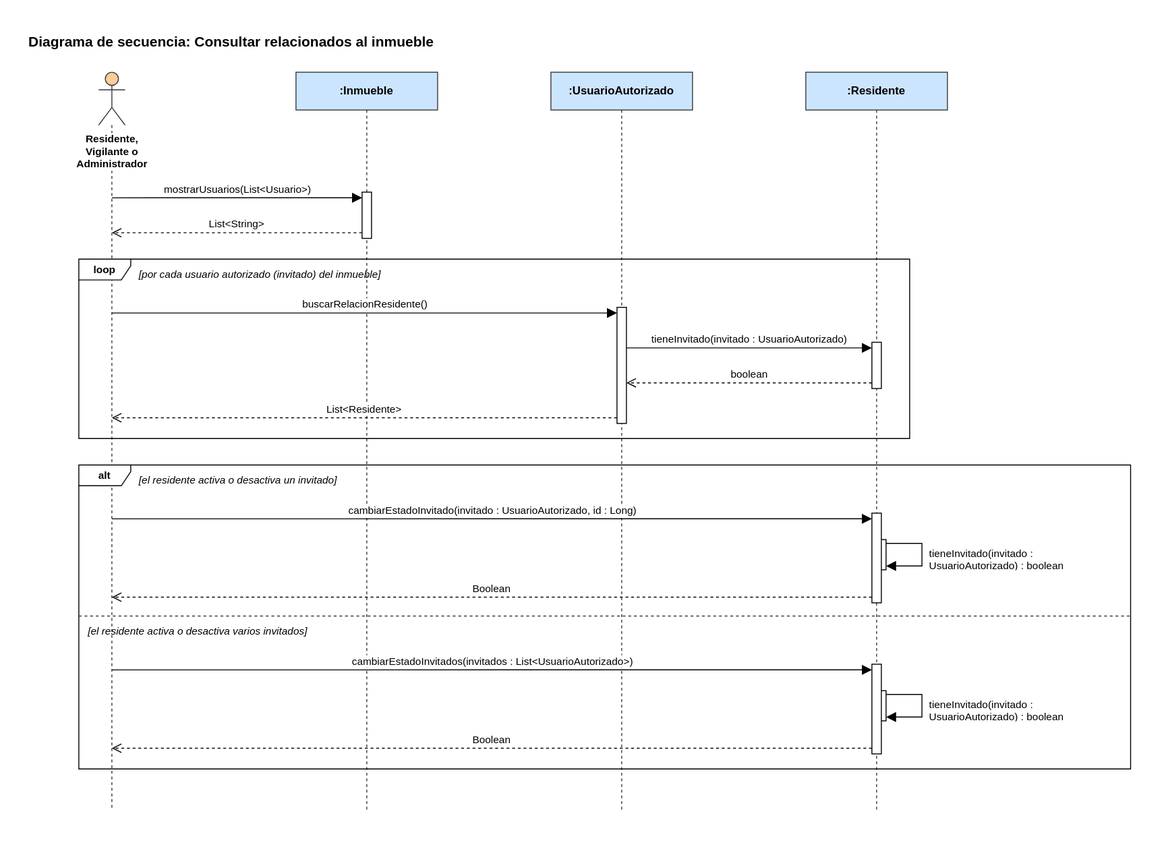
Before: Diagramas/Secuencia/consultar-relacionados-al-inmueble.svg, a diagram exported from draw.io (manuel20051208/HorizontalSoftware-Back-End). Source tidied: cells renumbered, new cells last; positions are measured from the earlier drawing's top-left corner, leaving out a move shared by most shapes.
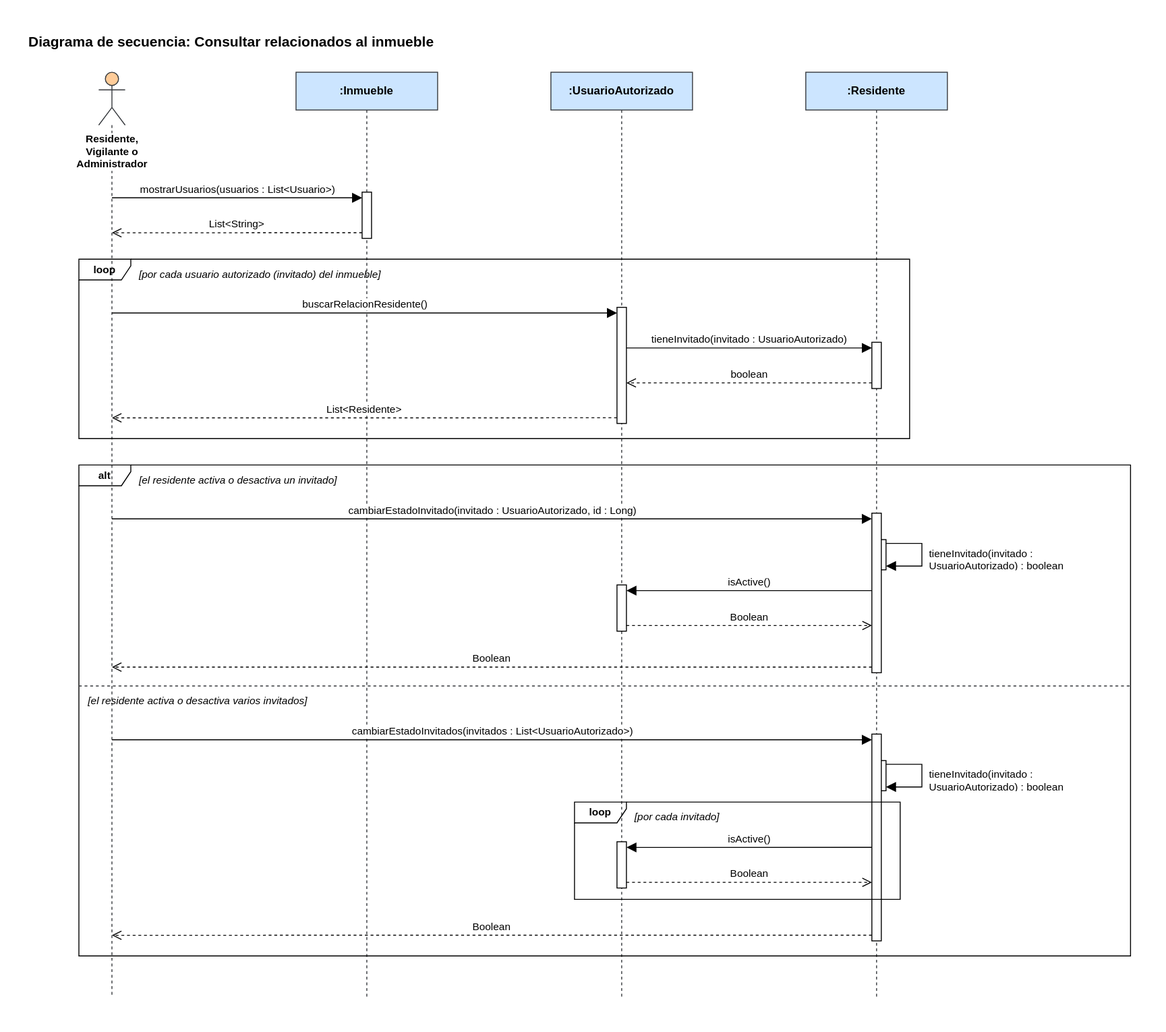
The same diagram one commit later.

Diff of the diagram source:
```diff
@@ -6,16 +6,16 @@
       <mxGeometry width="1169" height="26" as="geometry" />
     </mxCell>
     <mxCell id="3" value="Residente,&lt;br&gt;Vigilante o&lt;br&gt;Administrador" style="shape=umlLifeline;participant=umlActor;perimeter=lifelinePerimeter;whiteSpace=nowrap;html=1;outlineConnect=0;portConstraint=eastwest;size=56;verticalAlign=top;spacingTop=58;labelBackgroundColor=#ffffff;fontStyle=1;fontSize=11;fillColor=#ffcc99;strokeColor=#36393d;" parent="1" vertex="1">
-      <mxGeometry x="76" y="48" width="28" height="782" as="geometry" />
+      <mxGeometry x="76" y="48" width="28" height="980" as="geometry" />
     </mxCell>
     <mxCell id="4" value=":Inmueble" style="shape=umlLifeline;perimeter=lifelinePerimeter;whiteSpace=wrap;html=1;fillColor=#cce5ff;strokeColor=#36393d;fontStyle=1;fontSize=12;" parent="1" vertex="1">
-      <mxGeometry x="285" y="48" width="150" height="782" as="geometry" />
+      <mxGeometry x="285" y="48" width="150" height="980" as="geometry" />
     </mxCell>
     <mxCell id="5" value=":UsuarioAutorizado" style="shape=umlLifeline;perimeter=lifelinePerimeter;whiteSpace=wrap;html=1;fillColor=#cce5ff;strokeColor=#36393d;fontStyle=1;fontSize=12;" parent="1" vertex="1">
-      <mxGeometry x="555" y="48" width="150" height="782" as="geometry" />
+      <mxGeometry x="555" y="48" width="150" height="980" as="geometry" />
     </mxCell>
     <mxCell id="6" value=":Residente" style="shape=umlLifeline;perimeter=lifelinePerimeter;whiteSpace=wrap;html=1;fillColor=#cce5ff;strokeColor=#36393d;fontStyle=1;fontSize=12;" parent="1" vertex="1">
-      <mxGeometry x="825" y="48" width="150" height="782" as="geometry" />
+      <mxGeometry x="825" y="48" width="150" height="980" as="geometry" />
     </mxCell>
     <mxCell id="7" style="html=1;points=[];perimeter=orthogonalPerimeter;fillColor=#ffffff;strokeColor=#000000;" parent="1" vertex="1">
       <mxGeometry x="355" y="175" width="10" height="49" as="geometry" />
@@ -30,21 +30,21 @@
       <mxGeometry x="900" y="543" width="10" height="32" as="geometry" />
     </mxCell>
     <mxCell id="11" style="html=1;points=[];perimeter=orthogonalPerimeter;fillColor=#ffffff;strokeColor=#000000;" parent="1" vertex="1">
-      <mxGeometry x="895" y="515" width="10" height="95" as="geometry" />
+      <mxGeometry x="895" y="515" width="10" height="169" as="geometry" />
     </mxCell>
     <mxCell id="12" style="html=1;points=[];perimeter=orthogonalPerimeter;fillColor=#ffffff;strokeColor=#000000;" parent="1" vertex="1">
-      <mxGeometry x="900" y="703" width="10" height="32" as="geometry" />
+      <mxGeometry x="900" y="777" width="10" height="32" as="geometry" />
     </mxCell>
     <mxCell id="13" style="html=1;points=[];perimeter=orthogonalPerimeter;fillColor=#ffffff;strokeColor=#000000;" parent="1" vertex="1">
-      <mxGeometry x="895" y="675" width="10" height="95" as="geometry" />
+      <mxGeometry x="895" y="749" width="10" height="219" as="geometry" />
     </mxCell>
-    <mxCell id="14" value="mostrarUsuarios(List&amp;lt;Usuario&amp;gt;)" style="html=1;verticalAlign=bottom;rounded=0;fontSize=11;strokeColor=#000000;endArrow=block;endFill=1;endSize=8;exitX=0.5000;exitY=0.1701;exitDx=0;exitDy=0;exitPerimeter=0;entryX=0.0000;entryY=0.1224;entryDx=0;entryDy=0;entryPerimeter=0;" parent="1" edge="1" source="3" target="7">
+    <mxCell id="14" value="mostrarUsuarios(usuarios : List&amp;lt;Usuario&amp;gt;)" style="html=1;verticalAlign=bottom;rounded=0;fontSize=11;strokeColor=#000000;endArrow=block;endFill=1;endSize=8;exitX=0.5000;exitY=0.1357;exitDx=0;exitDy=0;exitPerimeter=0;entryX=0.0000;entryY=0.1224;entryDx=0;entryDy=0;entryPerimeter=0;" parent="1" edge="1" source="3" target="7">
       <mxGeometry relative="1" as="geometry" />
     </mxCell>
-    <mxCell id="15" value="List&amp;lt;String&amp;gt;" style="html=1;verticalAlign=bottom;rounded=0;fontSize=11;strokeColor=#000000;dashed=1;endArrow=open;endFill=0;endSize=8;exitX=0.0000;exitY=0.8776;exitDx=0;exitDy=0;exitPerimeter=0;entryX=0.5000;entryY=0.2174;entryDx=0;entryDy=0;entryPerimeter=0;" parent="1" edge="1" source="7" target="3">
+    <mxCell id="15" value="List&amp;lt;String&amp;gt;" style="html=1;verticalAlign=bottom;rounded=0;fontSize=11;strokeColor=#000000;dashed=1;endArrow=open;endFill=0;endSize=8;exitX=0.0000;exitY=0.8776;exitDx=0;exitDy=0;exitPerimeter=0;entryX=0.5000;entryY=0.1735;entryDx=0;entryDy=0;entryPerimeter=0;" parent="1" edge="1" source="7" target="3">
       <mxGeometry relative="1" as="geometry" />
     </mxCell>
-    <mxCell id="16" value="buscarRelacionResidente()" style="html=1;verticalAlign=bottom;rounded=0;fontSize=11;strokeColor=#000000;endArrow=block;endFill=1;endSize=8;exitX=0.5000;exitY=0.3261;exitDx=0;exitDy=0;exitPerimeter=0;entryX=0.0000;entryY=0.0488;entryDx=0;entryDy=0;entryPerimeter=0;" parent="1" edge="1" source="3" target="9">
+    <mxCell id="16" value="buscarRelacionResidente()" style="html=1;verticalAlign=bottom;rounded=0;fontSize=11;strokeColor=#000000;endArrow=block;endFill=1;endSize=8;exitX=0.5000;exitY=0.2602;exitDx=0;exitDy=0;exitPerimeter=0;entryX=0.0000;entryY=0.0488;entryDx=0;entryDy=0;entryPerimeter=0;" parent="1" edge="1" source="3" target="9">
       <mxGeometry relative="1" as="geometry" />
     </mxCell>
     <mxCell id="17" value="tieneInvitado(invitado : UsuarioAutorizado)" style="html=1;verticalAlign=bottom;rounded=0;fontSize=11;strokeColor=#000000;endArrow=block;endFill=1;endSize=8;exitX=1.0000;exitY=0.3496;exitDx=0;exitDy=0;exitPerimeter=0;entryX=0.0000;entryY=0.1224;entryDx=0;entryDy=0;entryPerimeter=0;" parent="1" edge="1" source="9" target="8">
@@ -53,10 +53,10 @@
     <mxCell id="18" value="boolean" style="html=1;verticalAlign=bottom;rounded=0;fontSize=11;strokeColor=#000000;dashed=1;endArrow=open;endFill=0;endSize=8;exitX=0.0000;exitY=0.8776;exitDx=0;exitDy=0;exitPerimeter=0;entryX=1.0000;entryY=0.6504;entryDx=0;entryDy=0;entryPerimeter=0;" parent="1" edge="1" source="8" target="9">
       <mxGeometry relative="1" as="geometry" />
     </mxCell>
-    <mxCell id="19" value="List&amp;lt;Residente&amp;gt;" style="html=1;verticalAlign=bottom;rounded=0;fontSize=11;strokeColor=#000000;dashed=1;endArrow=open;endFill=0;endSize=8;exitX=0.0000;exitY=0.9512;exitDx=0;exitDy=0;exitPerimeter=0;entryX=0.5000;entryY=0.4680;entryDx=0;entryDy=0;entryPerimeter=0;" parent="1" edge="1" source="9" target="3">
+    <mxCell id="19" value="List&amp;lt;Residente&amp;gt;" style="html=1;verticalAlign=bottom;rounded=0;fontSize=11;strokeColor=#000000;dashed=1;endArrow=open;endFill=0;endSize=8;exitX=0.0000;exitY=0.9512;exitDx=0;exitDy=0;exitPerimeter=0;entryX=0.5000;entryY=0.3735;entryDx=0;entryDy=0;entryPerimeter=0;" parent="1" edge="1" source="9" target="3">
       <mxGeometry relative="1" as="geometry" />
     </mxCell>
-    <mxCell id="20" value="cambiarEstadoInvitado(invitado : UsuarioAutorizado, id : Long)" style="html=1;verticalAlign=bottom;rounded=0;fontSize=11;strokeColor=#000000;endArrow=block;endFill=1;endSize=8;exitX=0.5000;exitY=0.6049;exitDx=0;exitDy=0;exitPerimeter=0;entryX=0.0000;entryY=0.0632;entryDx=0;entryDy=0;entryPerimeter=0;" parent="1" edge="1" source="3" target="11">
+    <mxCell id="20" value="cambiarEstadoInvitado(invitado : UsuarioAutorizado, id : Long)" style="html=1;verticalAlign=bottom;rounded=0;fontSize=11;strokeColor=#000000;endArrow=block;endFill=1;endSize=8;exitX=0.5000;exitY=0.4827;exitDx=0;exitDy=0;exitPerimeter=0;entryX=0.0000;entryY=0.0355;entryDx=0;entryDy=0;entryPerimeter=0;" parent="1" edge="1" source="3" target="11">
       <mxGeometry relative="1" as="geometry" />
     </mxCell>
     <mxCell id="21" style="html=1;rounded=0;endArrow=block;endFill=1;endSize=8;strokeColor=#000000;exitX=1.0000;exitY=0.1250;exitDx=0;exitDy=0;exitPerimeter=0;entryX=1.0000;entryY=0.8750;entryDx=0;entryDy=0;entryPerimeter=0;" parent="1" edge="1" source="10" target="10">
@@ -67,39 +67,60 @@
         </Array>
       </mxGeometry>
     </mxCell>
-    <mxCell id="22" value="Boolean" style="html=1;verticalAlign=bottom;rounded=0;fontSize=11;strokeColor=#000000;dashed=1;endArrow=open;endFill=0;endSize=8;exitX=0.0000;exitY=0.9368;exitDx=0;exitDy=0;exitPerimeter=0;entryX=0.5000;entryY=0.7110;entryDx=0;entryDy=0;entryPerimeter=0;" parent="1" edge="1" source="11" target="3">
+    <mxCell id="22" value="Boolean" style="html=1;verticalAlign=bottom;rounded=0;fontSize=11;strokeColor=#000000;dashed=1;endArrow=open;endFill=0;endSize=8;exitX=0.0000;exitY=0.9645;exitDx=0;exitDy=0;exitPerimeter=0;entryX=0.5000;entryY=0.6429;entryDx=0;entryDy=0;entryPerimeter=0;" parent="1" edge="1" source="11" target="3">
       <mxGeometry relative="1" as="geometry" />
     </mxCell>
-    <mxCell id="23" value="cambiarEstadoInvitados(invitados : List&amp;lt;UsuarioAutorizado&amp;gt;)" style="html=1;verticalAlign=bottom;rounded=0;fontSize=11;strokeColor=#000000;endArrow=block;endFill=1;endSize=8;exitX=0.5000;exitY=0.8095;exitDx=0;exitDy=0;exitPerimeter=0;entryX=0.0000;entryY=0.0632;entryDx=0;entryDy=0;entryPerimeter=0;" parent="1" edge="1" source="3" target="13">
+    <mxCell id="23" value="cambiarEstadoInvitados(invitados : List&amp;lt;UsuarioAutorizado&amp;gt;)" style="html=1;verticalAlign=bottom;rounded=0;fontSize=11;strokeColor=#000000;endArrow=block;endFill=1;endSize=8;exitX=0.5000;exitY=0.7214;exitDx=0;exitDy=0;exitPerimeter=0;entryX=0.0000;entryY=0.0274;entryDx=0;entryDy=0;entryPerimeter=0;" parent="1" edge="1" source="3" target="13">
       <mxGeometry relative="1" as="geometry" />
     </mxCell>
     <mxCell id="24" style="html=1;rounded=0;endArrow=block;endFill=1;endSize=8;strokeColor=#000000;exitX=1.0000;exitY=0.1250;exitDx=0;exitDy=0;exitPerimeter=0;entryX=1.0000;entryY=0.8750;entryDx=0;entryDy=0;entryPerimeter=0;" parent="1" edge="1" source="12" target="12">
       <mxGeometry relative="1" as="geometry">
         <Array as="points">
-          <mxPoint x="948" y="707" />
-          <mxPoint x="948" y="731" />
+          <mxPoint x="948" y="781" />
+          <mxPoint x="948" y="805" />
         </Array>
       </mxGeometry>
     </mxCell>
-    <mxCell id="25" value="Boolean" style="html=1;verticalAlign=bottom;rounded=0;fontSize=11;strokeColor=#000000;dashed=1;endArrow=open;endFill=0;endSize=8;exitX=0.0000;exitY=0.9368;exitDx=0;exitDy=0;exitPerimeter=0;entryX=0.5000;entryY=0.9156;entryDx=0;entryDy=0;entryPerimeter=0;" parent="1" edge="1" source="13" target="3">
+    <mxCell id="25" value="Boolean" style="html=1;verticalAlign=bottom;rounded=0;fontSize=11;strokeColor=#000000;dashed=1;endArrow=open;endFill=0;endSize=8;exitX=0.0000;exitY=0.9726;exitDx=0;exitDy=0;exitPerimeter=0;entryX=0.5000;entryY=0.9327;entryDx=0;entryDy=0;entryPerimeter=0;" parent="1" edge="1" source="13" target="3">
       <mxGeometry relative="1" as="geometry" />
     </mxCell>
     <mxCell id="26" value="tieneInvitado(invitado : UsuarioAutorizado) : boolean" style="text;html=1;align=left;verticalAlign=top;whiteSpace=wrap;overflow=hidden;fontSize=11;" parent="1" vertex="1">
       <mxGeometry x="954" y="545" width="185" height="28" as="geometry" />
     </mxCell>
     <mxCell id="27" value="tieneInvitado(invitado : UsuarioAutorizado) : boolean" style="text;html=1;align=left;verticalAlign=top;whiteSpace=wrap;overflow=hidden;fontSize=11;" parent="1" vertex="1">
-      <mxGeometry x="954" y="705" width="185" height="28" as="geometry" />
+      <mxGeometry x="954" y="779" width="185" height="28" as="geometry" />
     </mxCell>
+    <mxCell id="34" style="html=1;points=[];perimeter=orthogonalPerimeter;fillColor=#ffffff;strokeColor=#000000;" parent="1" vertex="1">
+      <mxGeometry x="625" y="863" width="10" height="49" as="geometry" />
+    </mxCell>
+    <mxCell id="35" value="isActive()" style="html=1;verticalAlign=bottom;rounded=0;fontSize=11;strokeColor=#000000;endArrow=block;endFill=1;endSize=8;exitX=0.0000;exitY=0.5479;exitDx=0;exitDy=0;exitPerimeter=0;entryX=1.0000;entryY=0.1224;entryDx=0;entryDy=0;entryPerimeter=0;" parent="1" edge="1" source="13" target="34">
+      <mxGeometry relative="1" as="geometry" />
+    </mxCell>
+    <mxCell id="36" value="Boolean" style="html=1;verticalAlign=bottom;rounded=0;fontSize=11;strokeColor=#000000;dashed=1;endArrow=open;endFill=0;endSize=8;exitX=1.0000;exitY=0.8776;exitDx=0;exitDy=0;exitPerimeter=0;entryX=0.0000;entryY=0.7169;entryDx=0;entryDy=0;entryPerimeter=0;" parent="1" edge="1" source="34" target="13">
+      <mxGeometry relative="1" as="geometry" />
+    </mxCell>
+    <mxCell id="37" style="html=1;points=[];perimeter=orthogonalPerimeter;fillColor=#ffffff;strokeColor=#000000;" parent="1" vertex="1">
+      <mxGeometry x="625" y="591" width="10" height="49" as="geometry" />
+    </mxCell>
+    <mxCell id="38" value="isActive()" style="html=1;verticalAlign=bottom;rounded=0;fontSize=11;strokeColor=#000000;endArrow=block;endFill=1;endSize=8;exitX=0.0000;exitY=0.4852;exitDx=0;exitDy=0;exitPerimeter=0;entryX=1.0000;entryY=0.1224;entryDx=0;entryDy=0;entryPerimeter=0;" parent="1" edge="1" source="11" target="37">
+      <mxGeometry relative="1" as="geometry" />
+    </mxCell>
+    <mxCell id="39" value="Boolean" style="html=1;verticalAlign=bottom;rounded=0;fontSize=11;strokeColor=#000000;dashed=1;endArrow=open;endFill=0;endSize=8;exitX=1.0000;exitY=0.8776;exitDx=0;exitDy=0;exitPerimeter=0;entryX=0.0000;entryY=0.7041;entryDx=0;entryDy=0;entryPerimeter=0;" parent="1" edge="1" source="37" target="11">
+      <mxGeometry relative="1" as="geometry" />
+    </mxCell>
-    <mxCell id="28" value="loop" style="shape=umlFrame;whiteSpace=wrap;html=1;fontStyle=1;fontSize=11;width=55;height=22;" parent="1" vertex="1">
+    <mxCell id="28" value="loop" style="shape=umlFrame;whiteSpace=wrap;html=1;fontStyle=1;fontSize=11;width=55;height=22;fillColor=none;" parent="1" vertex="1">
       <mxGeometry x="55" y="246" width="880" height="190" as="geometry" />
     </mxCell>
-    <mxCell id="29" value="alt" style="shape=umlFrame;whiteSpace=wrap;html=1;fontStyle=1;fontSize=11;width=55;height=22;" parent="1" vertex="1">
-      <mxGeometry x="55" y="464" width="1114" height="322" as="geometry" />
+    <mxCell id="29" value="alt" style="shape=umlFrame;whiteSpace=wrap;html=1;fontStyle=1;fontSize=11;width=55;height=22;fillColor=none;" parent="1" vertex="1">
+      <mxGeometry x="55" y="464" width="1114" height="520" as="geometry" />
     </mxCell>
+    <mxCell id="40" value="loop" style="shape=umlFrame;whiteSpace=wrap;html=1;fontStyle=1;fontSize=11;width=55;height=22;fillColor=none;" parent="1" vertex="1">
+      <mxGeometry x="580" y="821" width="345" height="103" as="geometry" />
+    </mxCell>
     <mxCell id="30" style="endArrow=none;dashed=1;html=1;strokeColor=#36393d;" parent="1" edge="1">
       <mxGeometry relative="1" as="geometry">
-        <mxPoint x="55" y="624" as="sourcePoint" />
-        <mxPoint x="1169" y="624" as="targetPoint" />
+        <mxPoint x="55" y="698" as="sourcePoint" />
+        <mxPoint x="1169" y="698" as="targetPoint" />
       </mxGeometry>
     </mxCell>
     <mxCell id="31" value="[por cada usuario autorizado (invitado) del inmueble]" style="text;html=1;align=left;verticalAlign=top;whiteSpace=wrap;fontSize=11;fontStyle=2;" parent="1" vertex="1">
@@ -109,7 +130,10 @@
       <mxGeometry x="117" y="467" width="1044" height="22" as="geometry" />
     </mxCell>
     <mxCell id="33" value="[el residente activa o desactiva varios invitados]" style="text;html=1;align=left;verticalAlign=top;whiteSpace=wrap;fontSize=11;fontStyle=2;" parent="1" vertex="1">
-      <mxGeometry x="63" y="627" width="1094" height="22" as="geometry" />
+      <mxGeometry x="63" y="701" width="1094" height="22" as="geometry" />
     </mxCell>
+    <mxCell id="41" value="[por cada invitado]" style="text;html=1;align=left;verticalAlign=top;whiteSpace=wrap;fontSize=11;fontStyle=2;" parent="1" vertex="1">
+      <mxGeometry x="642" y="824" width="275" height="22" as="geometry" />
+    </mxCell>
   </root>
 </mxGraphModel>
```
